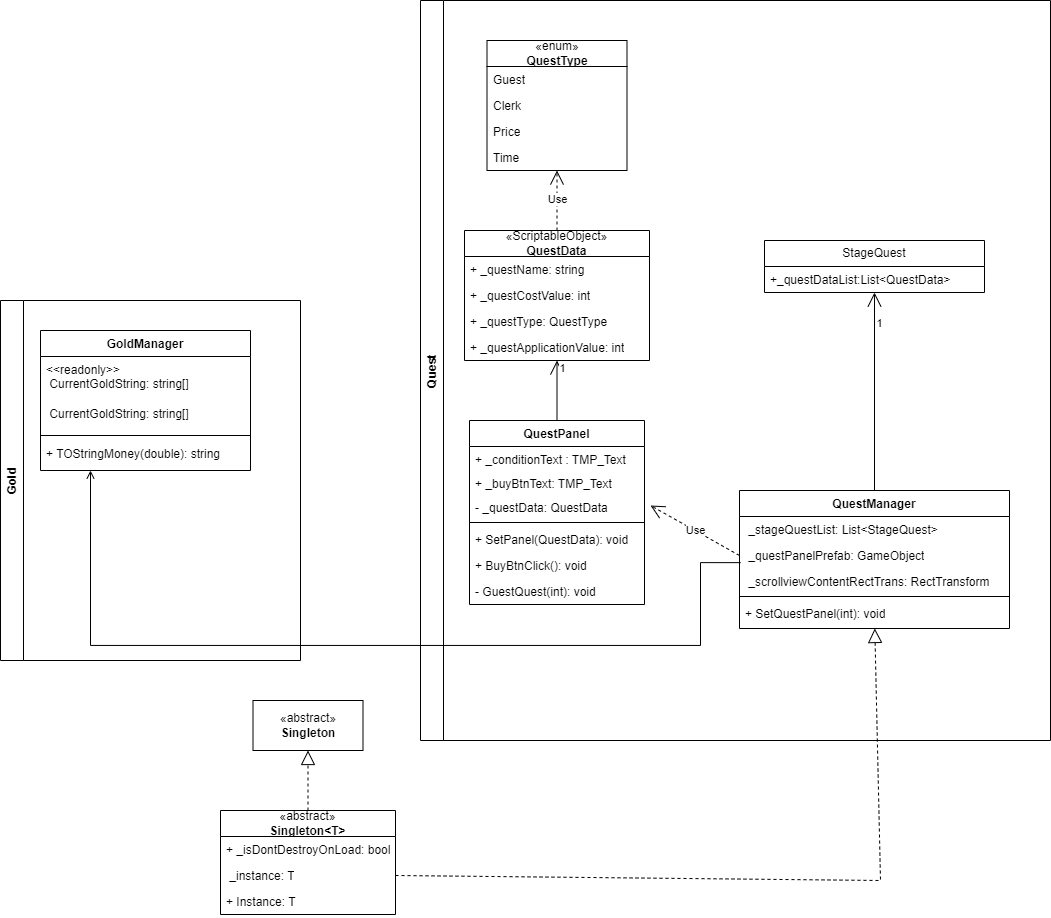
Earlier version of the draw.io export Restaurant_Tycoon.drawio.png (jiye-stingray/Restaurant_Tycoon). Source tidied: cells renumbered, new cells last; positions are measured from the earlier drawing's top-left corner, leaving out a move shared by most shapes.
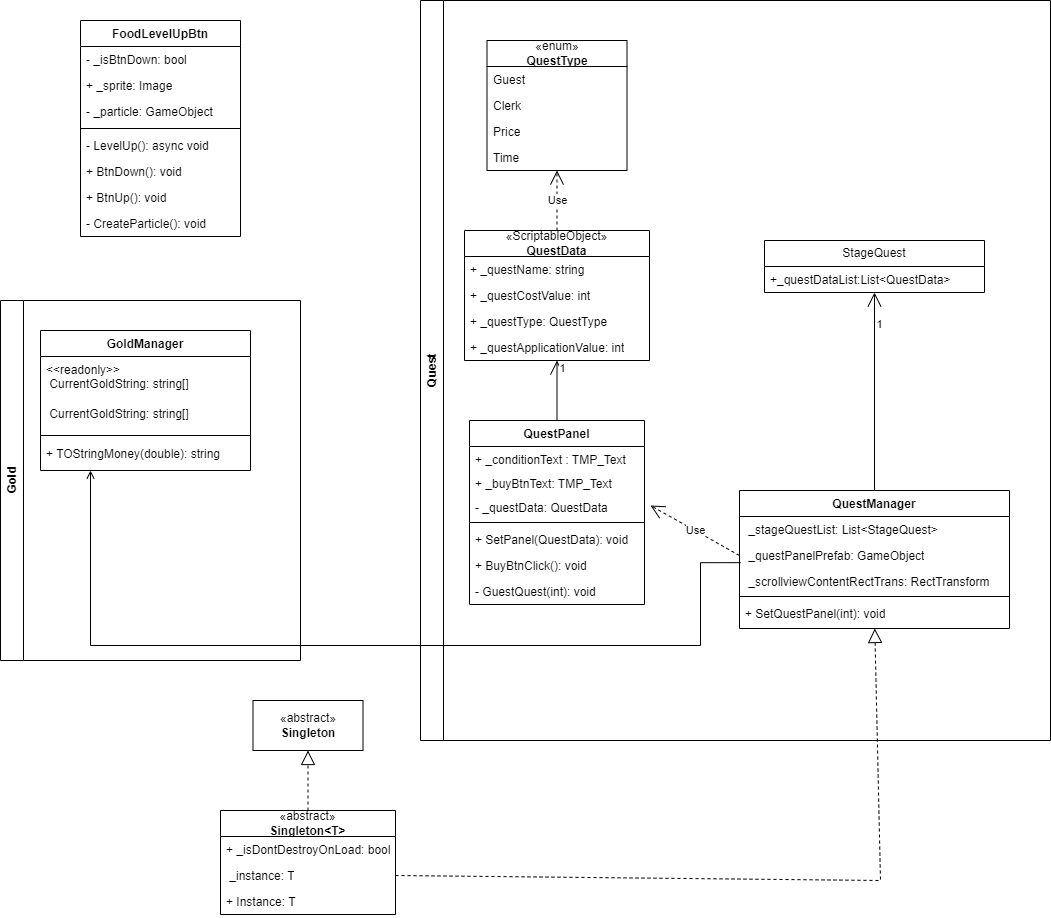
Later version of the same file.

Diff of the diagram source:
```diff
@@ -155,5 +155,32 @@
         </Array>
       </mxGeometry>
     </mxCell>
+    <mxCell id="49" value="FoodLevelUpBtn" style="swimlane;fontStyle=1;align=center;verticalAlign=top;horizontal=1;startSize=26;whiteSpace=wrap;html=1;" parent="1" vertex="1">
+      <mxGeometry x="80" y="20" width="160" height="216" as="geometry" />
+    </mxCell>
+    <mxCell id="50" value="- _isBtnDown: bool" style="text;strokeColor=none;fillColor=none;align=left;verticalAlign=top;spacingLeft=4;spacingRight=4;overflow=hidden;whiteSpace=wrap;html=1;" parent="49" vertex="1">
+      <mxGeometry y="26" width="160" height="26" as="geometry" />
+    </mxCell>
+    <mxCell id="51" value="+ _sprite: Image" style="text;strokeColor=none;fillColor=none;align=left;verticalAlign=top;spacingLeft=4;spacingRight=4;overflow=hidden;whiteSpace=wrap;html=1;" parent="49" vertex="1">
+      <mxGeometry y="52" width="160" height="26" as="geometry" />
+    </mxCell>
+    <mxCell id="52" value="- _particle: GameObject" style="text;strokeColor=none;fillColor=none;align=left;verticalAlign=top;spacingLeft=4;spacingRight=4;overflow=hidden;whiteSpace=wrap;html=1;" parent="49" vertex="1">
+      <mxGeometry y="78" width="160" height="26" as="geometry" />
+    </mxCell>
+    <mxCell id="53" style="line;strokeWidth=1;fillColor=none;align=left;verticalAlign=middle;spacingTop=-1;spacingLeft=3;spacingRight=3;labelPosition=right;strokeColor=inherit;" parent="49" vertex="1">
+      <mxGeometry y="104" width="160" height="8" as="geometry" />
+    </mxCell>
+    <mxCell id="54" value="- LevelUp(): async void" style="text;strokeColor=none;fillColor=none;align=left;verticalAlign=top;spacingLeft=4;spacingRight=4;overflow=hidden;whiteSpace=wrap;html=1;" parent="49" vertex="1">
+      <mxGeometry y="112" width="160" height="26" as="geometry" />
+    </mxCell>
+    <mxCell id="55" value="+ BtnDown(): void" style="text;strokeColor=none;fillColor=none;align=left;verticalAlign=top;spacingLeft=4;spacingRight=4;overflow=hidden;whiteSpace=wrap;html=1;" parent="49" vertex="1">
+      <mxGeometry y="138" width="160" height="26" as="geometry" />
+    </mxCell>
+    <mxCell id="56" value="+ BtnUp(): void" style="text;strokeColor=none;fillColor=none;align=left;verticalAlign=top;spacingLeft=4;spacingRight=4;overflow=hidden;whiteSpace=wrap;html=1;" parent="49" vertex="1">
+      <mxGeometry y="164" width="160" height="26" as="geometry" />
+    </mxCell>
+    <mxCell id="57" value="- CreateParticle(): void" style="text;strokeColor=none;fillColor=none;align=left;verticalAlign=top;spacingLeft=4;spacingRight=4;overflow=hidden;whiteSpace=wrap;html=1;" parent="49" vertex="1">
+      <mxGeometry y="190" width="160" height="26" as="geometry" />
+    </mxCell>
   </root>
 </mxGraphModel>
```
